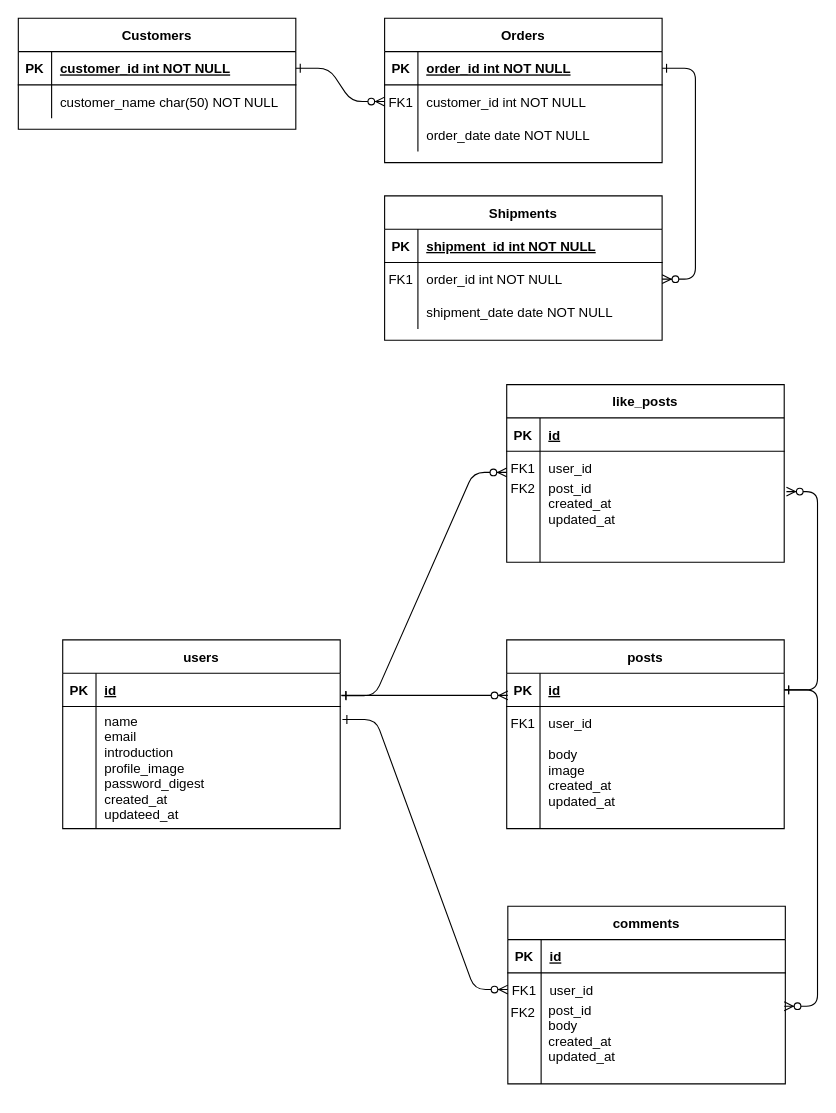
Earlier version of the draw.io diagram 名称未設定ファイル.drawio (Ryuto-A/Ryuto-A). Source tidied: cells renumbered, new cells numbered last; positions are measured from the earlier drawing's top-left corner, leaving out a move shared by most shapes. Both pictures are drawn from the tidied source at 111%, with x=0, y=0 at pixel (18, 18).
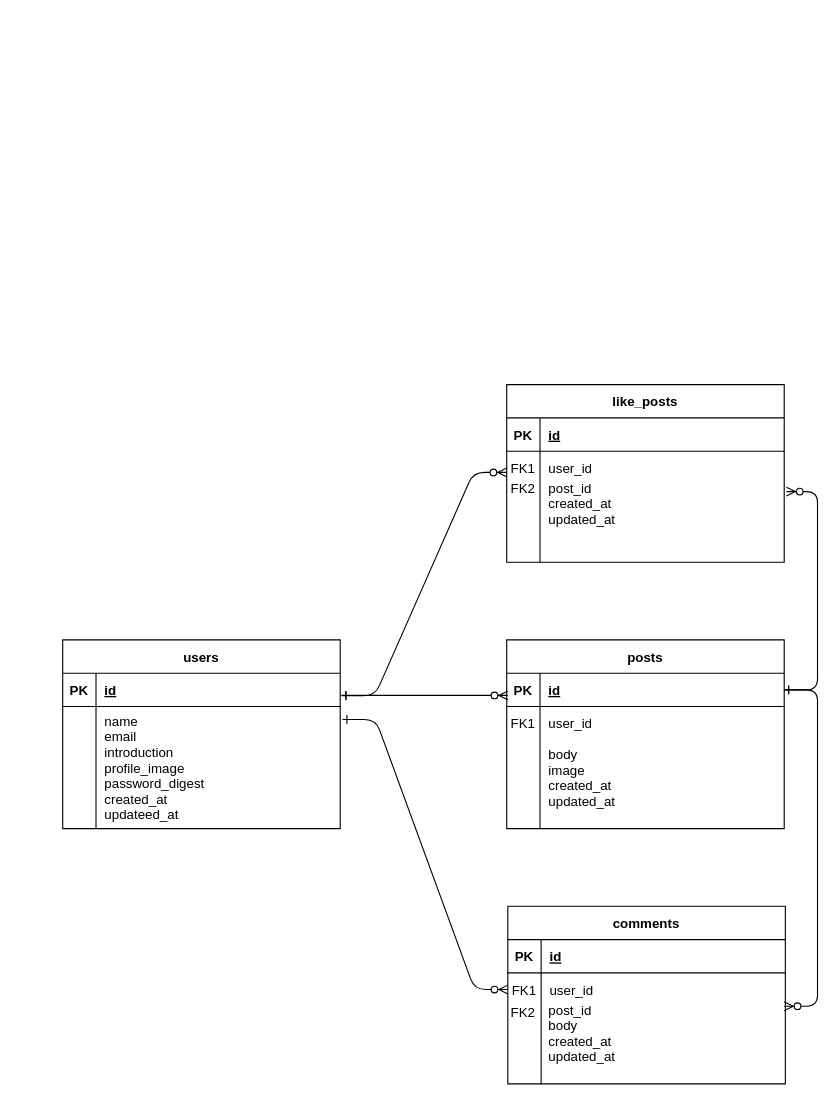
The same page after the edit.

Commit message:
名称未設定ファイル.drawio を更新します

What changed in the source:
```diff
@@
-    <mxCell id="2" style="edgeStyle=entityRelationEdgeStyle;endArrow=ERzeroToMany;startArrow=ERone;endFill=1;startFill=0;" parent="1" edge="1" source="25" target="8">
-      <mxGeometry relative="1" as="geometry" />
-    </mxCell>
-    <mxCell id="3" style="edgeStyle=entityRelationEdgeStyle;endArrow=ERzeroToMany;startArrow=ERone;endFill=1;startFill=0;" parent="1" edge="1" source="5" target="18">
-      <mxGeometry relative="1" as="geometry" />
-    </mxCell>
-    <mxCell id="4" value="Orders" style="shape=table;startSize=30;childLayout=tableLayout;rowLines=0;fontStyle=1;align=center;" parent="1" vertex="1">
-      <mxGeometry x="330" width="250" height="130" as="geometry" />
-    </mxCell>
-    <mxCell id="5" style="shape=partialRectangle;fillColor=none;points=[[0,0.5],[1,0.5]];portConstraint=eastwest;top=0;left=0;right=0;bottom=1;" parent="4" vertex="1">
-      <mxGeometry y="30" width="250" height="30" as="geometry" />
-    </mxCell>
-    <mxCell id="6" value="PK" style="shape=partialRectangle;overflow=hidden;fillColor=none;top=0;left=0;bottom=0;right=0;fontStyle=1;" parent="5" vertex="1">
-      <mxGeometry width="30" height="30" as="geometry" />
-    </mxCell>
-    <mxCell id="7" value="order_id int NOT NULL " style="shape=partialRectangle;overflow=hidden;fillColor=none;top=0;left=0;bottom=0;right=0;align=left;spacingLeft=6;fontStyle=5;" parent="5" vertex="1">
-      <mxGeometry x="30" width="220" height="30" as="geometry" />
-    </mxCell>
-    <mxCell id="8" style="shape=partialRectangle;fillColor=none;points=[[0,0.5],[1,0.5]];portConstraint=eastwest;top=0;left=0;right=0;bottom=0;" parent="4" vertex="1">
-      <mxGeometry y="60" width="250" height="30" as="geometry" />
-    </mxCell>
-    <mxCell id="9" value="FK1" style="shape=partialRectangle;overflow=hidden;fillColor=none;top=0;left=0;bottom=0;right=0;" parent="8" vertex="1">
-      <mxGeometry width="30" height="30" as="geometry" />
-    </mxCell>
-    <mxCell id="10" value="customer_id int NOT NULL" style="shape=partialRectangle;overflow=hidden;fillColor=none;top=0;left=0;bottom=0;right=0;align=left;spacingLeft=6;" parent="8" vertex="1">
-      <mxGeometry x="30" width="220" height="30" as="geometry" />
-    </mxCell>
-    <mxCell id="11" style="shape=partialRectangle;fillColor=none;top=0;left=0;right=0;bottom=0;" parent="4" vertex="1">
-      <mxGeometry y="90" width="250" height="30" as="geometry" />
-    </mxCell>
-    <mxCell id="12" style="shape=partialRectangle;overflow=hidden;fillColor=none;top=0;left=0;bottom=0;right=0;" parent="11" vertex="1">
-      <mxGeometry width="30" height="30" as="geometry" />
-    </mxCell>
-    <mxCell id="13" value="order_date date NOT NULL" style="shape=partialRectangle;overflow=hidden;fillColor=none;top=0;left=0;bottom=0;right=0;align=left;spacingLeft=6;" parent="11" vertex="1">
-      <mxGeometry x="30" width="220" height="30" as="geometry" />
-    </mxCell>
-    <mxCell id="14" value="Shipments" style="shape=table;startSize=30;childLayout=tableLayout;rowLines=0;fontStyle=1;align=center;" parent="1" vertex="1">
-      <mxGeometry x="330" y="160" width="250" height="130" as="geometry" />
-    </mxCell>
-    <mxCell id="15" style="shape=partialRectangle;fillColor=none;top=0;left=0;right=0;bottom=1;" parent="14" vertex="1">
-      <mxGeometry y="30" width="250" height="30" as="geometry" />
-    </mxCell>
-    <mxCell id="16" value="PK" style="shape=partialRectangle;overflow=hidden;fillColor=none;top=0;left=0;bottom=0;right=0;fontStyle=1;" parent="15" vertex="1">
-      <mxGeometry width="30" height="30" as="geometry" />
-    </mxCell>
-    <mxCell id="17" value="shipment_id int NOT NULL " style="shape=partialRectangle;overflow=hidden;fillColor=none;top=0;left=0;bottom=0;right=0;align=left;spacingLeft=6;fontStyle=5;" parent="15" vertex="1">
-      <mxGeometry x="30" width="220" height="30" as="geometry" />
-    </mxCell>
-    <mxCell id="18" style="shape=partialRectangle;fillColor=none;points=[[0,0.5],[1,0.5]];portConstraint=eastwest;top=0;left=0;right=0;bottom=0;" parent="14" vertex="1">
-      <mxGeometry y="60" width="250" height="30" as="geometry" />
-    </mxCell>
-    <mxCell id="19" value="FK1" style="shape=partialRectangle;overflow=hidden;fillColor=none;top=0;left=0;bottom=0;right=0;" parent="18" vertex="1">
-      <mxGeometry width="30" height="30" as="geometry" />
-    </mxCell>
-    <mxCell id="20" value="order_id int NOT NULL" style="shape=partialRectangle;overflow=hidden;fillColor=none;top=0;left=0;bottom=0;right=0;align=left;spacingLeft=6;" parent="18" vertex="1">
-      <mxGeometry x="30" width="220" height="30" as="geometry" />
-    </mxCell>
-    <mxCell id="21" style="shape=partialRectangle;fillColor=none;top=0;left=0;right=0;bottom=0;" parent="14" vertex="1">
-      <mxGeometry y="90" width="250" height="30" as="geometry" />
-    </mxCell>
-    <mxCell id="22" style="shape=partialRectangle;overflow=hidden;fillColor=none;top=0;left=0;bottom=0;right=0;" parent="21" vertex="1">
-      <mxGeometry width="30" height="30" as="geometry" />
-    </mxCell>
-    <mxCell id="23" value="shipment_date date NOT NULL" style="shape=partialRectangle;overflow=hidden;fillColor=none;top=0;left=0;bottom=0;right=0;align=left;spacingLeft=6;" parent="21" vertex="1">
-      <mxGeometry x="30" width="220" height="30" as="geometry" />
-    </mxCell>
-    <mxCell id="24" value="Customers" style="shape=table;startSize=30;childLayout=tableLayout;rowLines=0;fontStyle=1;align=center;" parent="1" vertex="1">
-      <mxGeometry width="250" height="100" as="geometry" />
-    </mxCell>
-    <mxCell id="25" style="shape=partialRectangle;fillColor=none;points=[[0,0.5],[1,0.5]];portConstraint=eastwest;top=0;left=0;right=0;bottom=1;" parent="24" vertex="1">
-      <mxGeometry y="30" width="250" height="30" as="geometry" />
-    </mxCell>
-    <mxCell id="26" value="PK" style="shape=partialRectangle;overflow=hidden;fillColor=none;top=0;left=0;bottom=0;right=0;fontStyle=1;" parent="25" vertex="1">
-      <mxGeometry width="30" height="30" as="geometry" />
-    </mxCell>
-    <mxCell id="27" value="customer_id int NOT NULL " style="shape=partialRectangle;overflow=hidden;fillColor=none;top=0;left=0;bottom=0;right=0;align=left;spacingLeft=6;fontStyle=5;" parent="25" vertex="1">
-      <mxGeometry x="30" width="220" height="30" as="geometry" />
-    </mxCell>
-    <mxCell id="28" style="shape=partialRectangle;fillColor=none;top=0;left=0;right=0;bottom=0;" parent="24" vertex="1">
-      <mxGeometry y="60" width="250" height="30" as="geometry" />
-    </mxCell>
-    <mxCell id="29" style="shape=partialRectangle;overflow=hidden;fillColor=none;top=0;left=0;bottom=0;right=0;" parent="28" vertex="1">
-      <mxGeometry width="30" height="30" as="geometry" />
-    </mxCell>
-    <mxCell id="30" value="customer_name char(50) NOT NULL" style="shape=partialRectangle;overflow=hidden;fillColor=none;top=0;left=0;bottom=0;right=0;align=left;spacingLeft=6;" parent="28" vertex="1">
-      <mxGeometry x="30" width="220" height="30" as="geometry" />
-    </mxCell>
```
